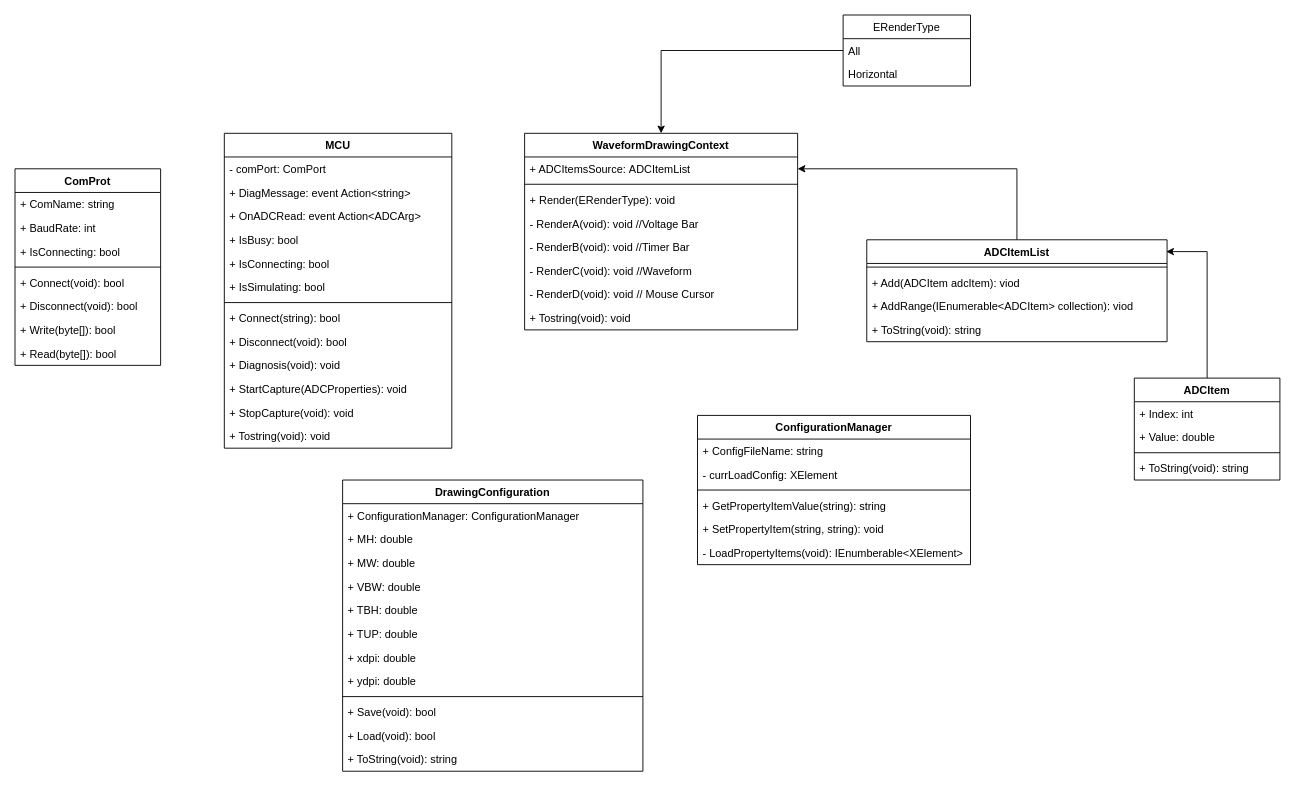
Earlier version of the draw.io diagram page "UML Class Diagram" (5 of 5) of ADC Monitor.drawio (Jasson-Chou/SideProject). Source tidied: cells renumbered, new cells numbered last; positions are measured from the earlier drawing's top-left corner, leaving out a move shared by most shapes. Both pictures are drawn from the tidied source at 91%, with x=0, y=0 at pixel (15, 15).
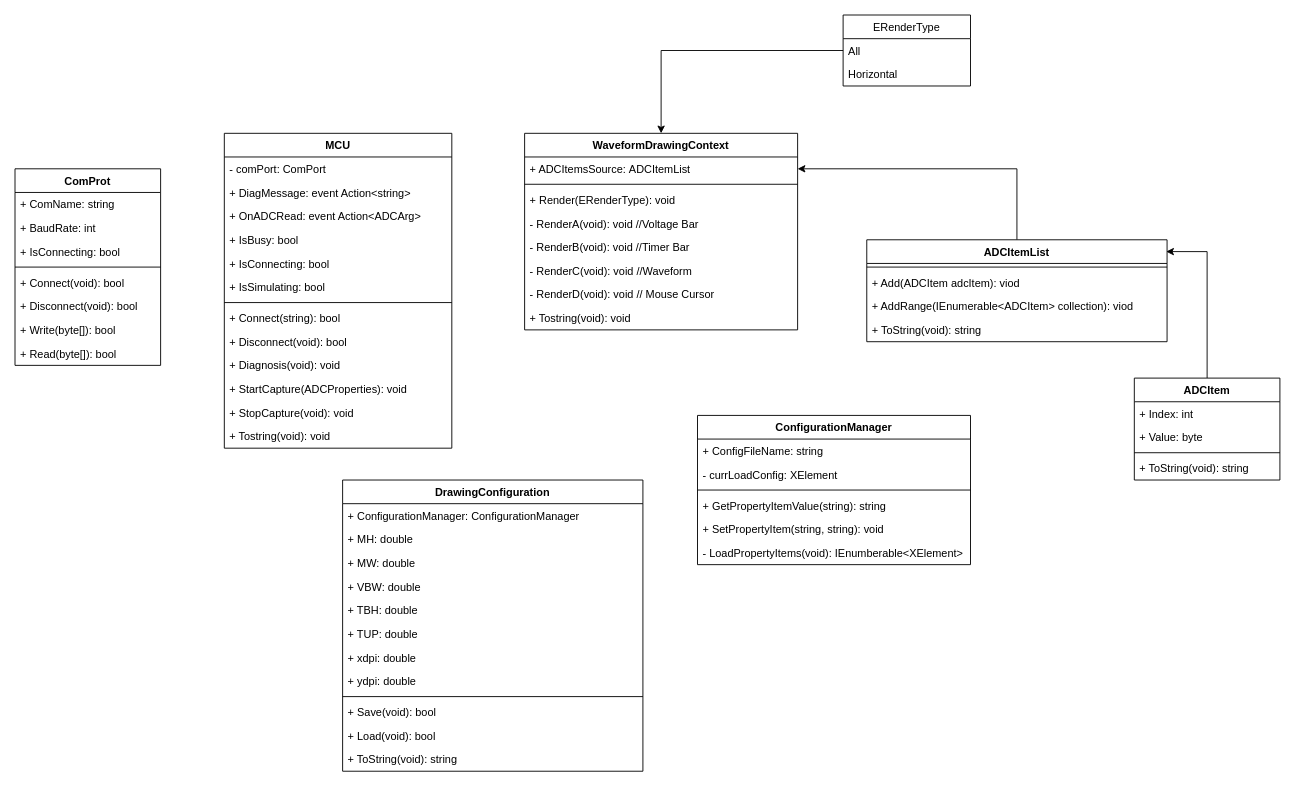
The same page after the edit.

Unchanged cells that the change refers to:
```xml
<mxCell id="39" value="ADCItem" style="swimlane;fontStyle=1;align=center;verticalAlign=top;horizontal=1;startSize=26;" parent="1" vertex="1">
  <mxGeometry x="1230" y="399" width="160" height="112" as="geometry" />
</mxCell>
```

The edit, as a diff of the source:
```diff
@@
-    <mxCell id="41" value="+ Value: double" style="text;strokeColor=none;fillColor=none;align=left;verticalAlign=top;spacingLeft=4;spacingRight=4;overflow=hidden;" parent="39" vertex="1">
+    <mxCell id="41" value="+ Value: byte" style="text;strokeColor=none;fillColor=none;align=left;verticalAlign=top;spacingLeft=4;spacingRight=4;overflow=hidden;" parent="39" vertex="1">
       <mxGeometry y="52" width="160" height="26" as="geometry" />
     </mxCell>
```
